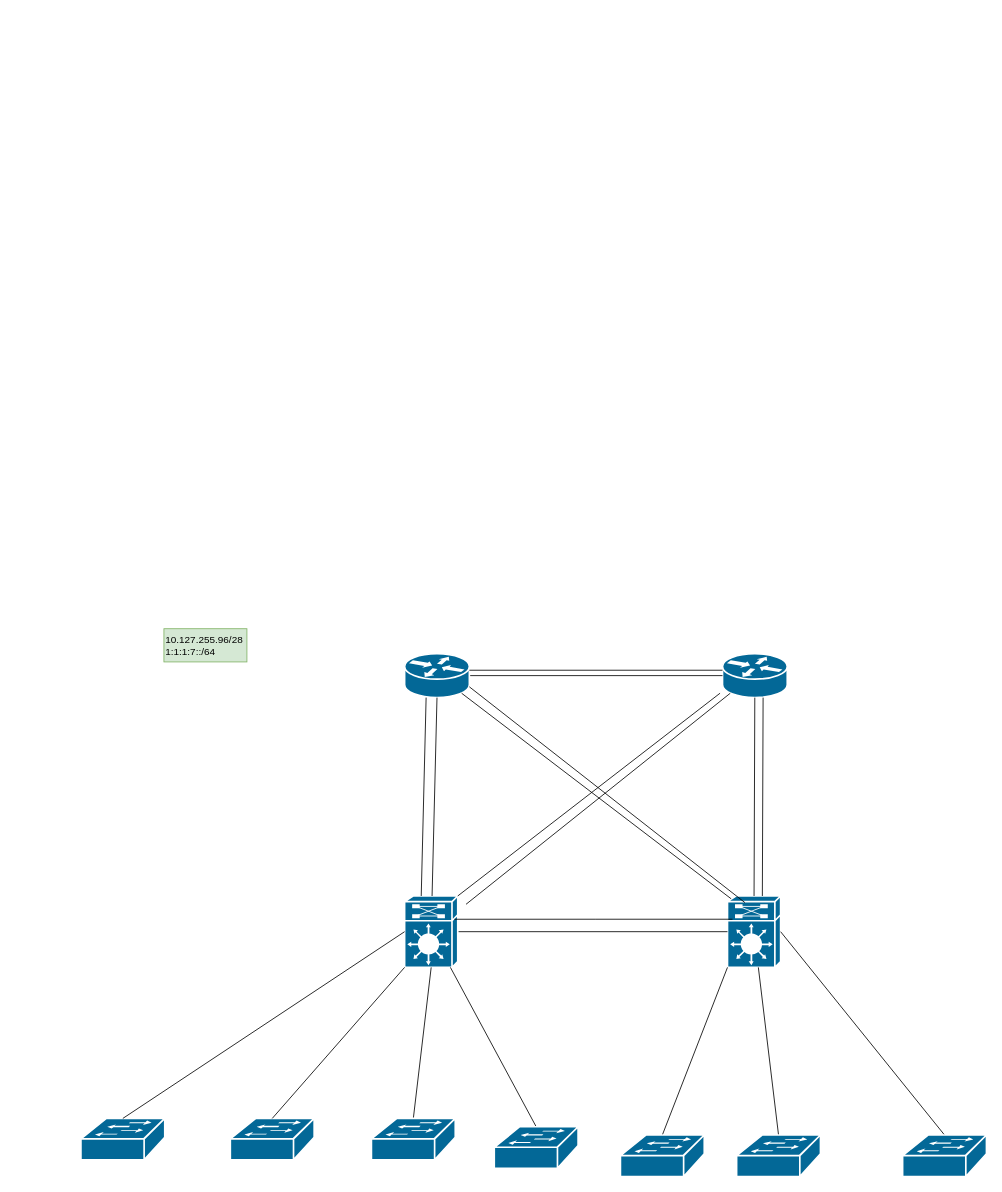
Earlier version of the draw.io diagram page "Project" (6 of 6) of 15_lab_Project_course/Project_Schem.drawio (rain360z/otus-networks). Source tidied: cells renumbered, new cells numbered last; positions are measured from the earlier drawing's top-left corner, leaving out a move shared by most shapes. Both pictures are drawn from the tidied source at 83%, with x=0, y=0 at pixel (81, 628).
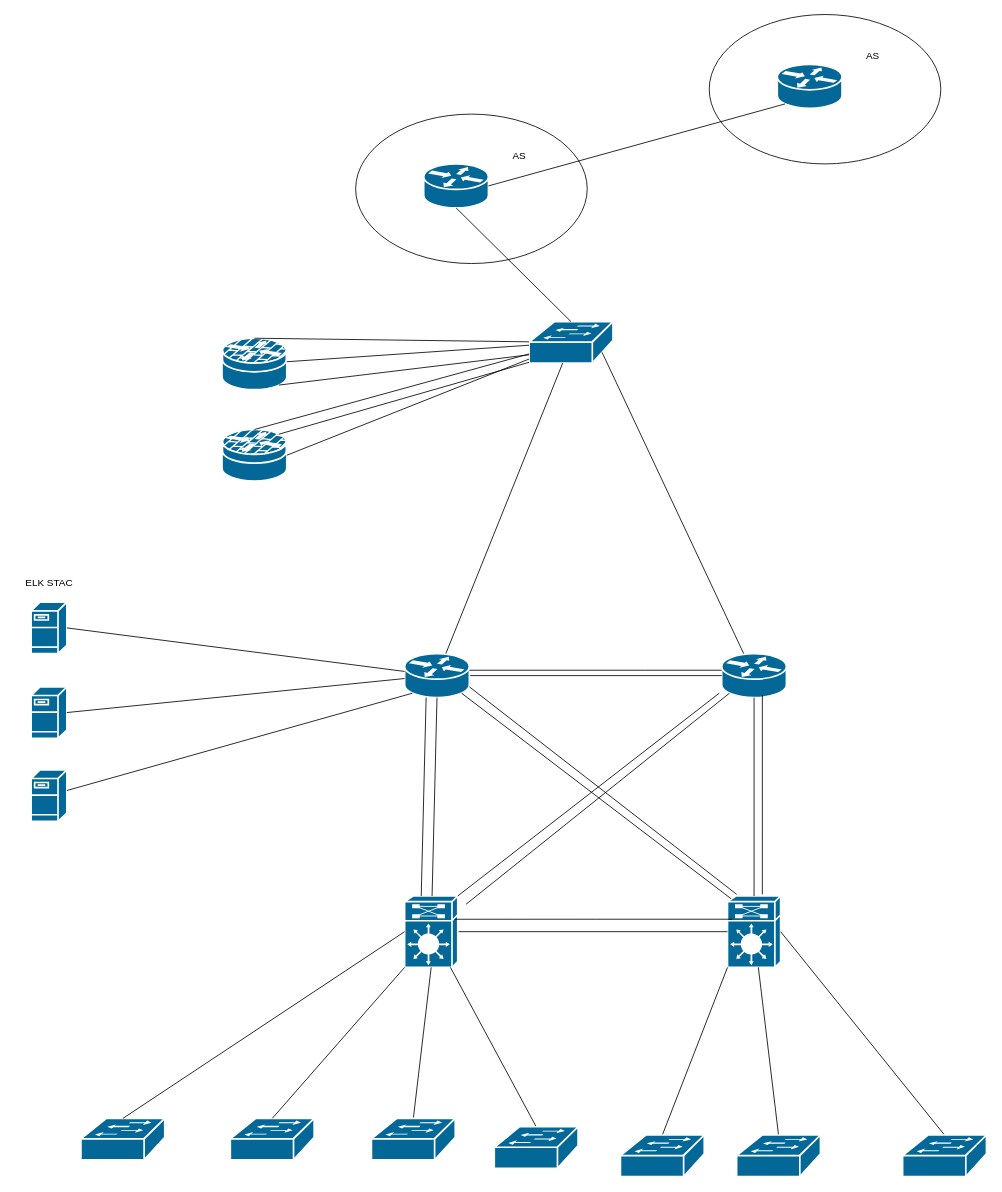
The same diagram, later.

The change refers to these unchanged cells:
```xml
<mxCell id="2" style="shape=mxgraph.cisco.misc.route_switch_processor;html=1;dashed=0;fillColor=#036897;strokeColor=#ffffff;strokeWidth=2;verticalLabelPosition=bottom;verticalAlign=top;align=center;outlineConnect=0;" parent="1" vertex="1">
  <mxGeometry x="779" y="322" width="64" height="86" as="geometry" />
</mxCell>
<mxCell id="7" style="shape=mxgraph.cisco.routers.router;html=1;dashed=0;fillColor=#036897;strokeColor=#ffffff;strokeWidth=2;verticalLabelPosition=bottom;verticalAlign=top;align=center;outlineConnect=0;" parent="1" vertex="1">
  <mxGeometry x="390" y="30" width="78" height="53" as="geometry" />
</mxCell>
```

The edit, as a diff of the source:
```diff
@@
+    <mxCell id="33" style="ellipse;whiteSpace=wrap;html=1;" parent="1" vertex="1">
+      <mxGeometry x="331" y="-620" width="279" height="180" as="geometry" />
+    </mxCell>
@@
     <mxCell id="5" style="shape=mxgraph.cisco.routers.router;html=1;dashed=0;fillColor=#036897;strokeColor=#ffffff;strokeWidth=2;verticalLabelPosition=bottom;verticalAlign=top;align=center;outlineConnect=0;" parent="1" vertex="1">
-      <mxGeometry x="773" y="30" width="78" height="53" as="geometry" />
+      <mxGeometry x="772" y="30" width="78" height="53" as="geometry" />
     </mxCell>
@@
-    <mxCell id="8" style="endArrow=none;html=1;exitX=0.5;exitY=0;exitDx=0;exitDy=0;exitPerimeter=0;" parent="1" edge="1" source="2" target="5">
+    <mxCell id="8" style="endArrow=none;html=1;" parent="1" edge="1" source="2" target="5">
       <mxGeometry relative="1" as="geometry" />
     </mxCell>
@@
-    <mxCell id="13" value="10.127.255.96/28&lt;br&gt;1:1:1:7::/64" style="text;whiteSpace=wrap;html=1;fillColor=#d5e8d4;strokeColor=#82b366;" parent="1" vertex="1">
-      <mxGeometry x="100" width="100" height="40" as="geometry" />
-    </mxCell>
@@
-    <mxCell id="28" style="endArrow=none;html=1;exitX=0.5;exitY=0;exitDx=0;exitDy=0;exitPerimeter=0;" parent="1" edge="1">
+    <mxCell id="28" style="endArrow=none;html=1;exitX=0.656;exitY=-0.023;exitDx=0;exitDy=0;exitPerimeter=0;" parent="1" edge="1" source="2">
       <mxGeometry relative="1" as="geometry">
-        <mxPoint x="821" y="322" as="sourcePoint" />
-        <mxPoint x="821.9" y="83" as="targetPoint" />
+        <mxPoint x="821" y="80" as="targetPoint" />
       </mxGeometry>
     </mxCell>
@@
-    <mxCell id="31" style="edgeStyle=orthogonalEdgeStyle;rounded=0;orthogonalLoop=1;jettySize=auto;html=1;endArrow=none;endFill=0;entryX=0;entryY=0.5;entryDx=0;entryDy=0;entryPerimeter=0;" parent="1" edge="1">
+    <mxCell id="31" style="edgeStyle=orthogonalEdgeStyle;rounded=0;jettySize=auto;html=1;endArrow=none;endFill=0;" parent="1" edge="1" target="5">
       <mxGeometry relative="1" as="geometry">
         <mxPoint x="468" y="50" as="sourcePoint" />
-        <mxPoint x="773" y="50" as="targetPoint" />
+        <Array as="points">
+          <mxPoint x="680" y="50" />
+          <mxPoint x="680" y="50" />
+        </Array>
       </mxGeometry>
     </mxCell>
-    <mxCell id="32" style="endArrow=none;html=1;entryX=0.88;entryY=0.9;entryDx=0;entryDy=0;entryPerimeter=0;exitX=0.328;exitY=0.093;exitDx=0;exitDy=0;exitPerimeter=0;" parent="1" edge="1" source="2">
+    <mxCell id="32" style="endArrow=none;html=1;entryX=0.88;entryY=0.9;entryDx=0;entryDy=0;entryPerimeter=0;" parent="1" edge="1">
       <mxGeometry relative="1" as="geometry">
+        <mxPoint x="790" y="320" as="sourcePoint" />
         <mxPoint x="468" y="70" as="targetPoint" />
       </mxGeometry>
     </mxCell>
+    <mxCell id="34" style="shape=mxgraph.cisco.security.router_firewall;html=1;dashed=0;fillColor=#036897;strokeColor=#ffffff;strokeWidth=2;verticalLabelPosition=bottom;verticalAlign=top;align=center;outlineConnect=0;" parent="1" vertex="1">
+      <mxGeometry x="170" y="-240" width="78" height="62" as="geometry" />
+    </mxCell>
+    <mxCell id="35" style="shape=mxgraph.cisco.security.router_firewall;html=1;dashed=0;fillColor=#036897;strokeColor=#ffffff;strokeWidth=2;verticalLabelPosition=bottom;verticalAlign=top;align=center;outlineConnect=0;" parent="1" vertex="1">
+      <mxGeometry x="170" y="-350" width="78" height="62" as="geometry" />
+    </mxCell>
+    <mxCell id="36" style="shape=mxgraph.cisco.switches.workgroup_switch;html=1;dashed=0;fillColor=#036897;strokeColor=#ffffff;strokeWidth=2;verticalLabelPosition=bottom;verticalAlign=top;align=center;outlineConnect=0;" parent="1" vertex="1">
+      <mxGeometry x="540" y="-370" width="101" height="50" as="geometry" />
+    </mxCell>
+    <mxCell id="37" style="shape=mxgraph.cisco.routers.router;html=1;dashed=0;fillColor=#036897;strokeColor=#ffffff;strokeWidth=2;verticalLabelPosition=bottom;verticalAlign=top;align=center;outlineConnect=0;" parent="1" vertex="1">
+      <mxGeometry x="413" y="-560" width="78" height="53" as="geometry" />
+    </mxCell>
+    <mxCell id="38" value="AS&amp;nbsp;" style="text;html=1;strokeColor=none;fillColor=none;align=center;verticalAlign=middle;whiteSpace=wrap;rounded=0;" parent="1" vertex="1">
+      <mxGeometry x="510" y="-580" width="40" height="20" as="geometry" />
+    </mxCell>
+    <mxCell id="39" style="endArrow=none;html=1;entryX=0.5;entryY=1;entryDx=0;entryDy=0;entryPerimeter=0;exitX=0.5;exitY=0;exitDx=0;exitDy=0;exitPerimeter=0;" parent="1" edge="1" source="36" target="37">
+      <mxGeometry relative="1" as="geometry" />
+    </mxCell>
+    <mxCell id="40" style="endArrow=none;html=1;exitX=0;exitY=0.98;exitDx=0;exitDy=0;exitPerimeter=0;entryX=0.88;entryY=0.09;entryDx=0;entryDy=0;entryPerimeter=0;" parent="1" edge="1" source="36" target="34">
+      <mxGeometry relative="1" as="geometry" />
+    </mxCell>
+    <mxCell id="41" style="endArrow=none;html=1;exitX=0.5;exitY=0;exitDx=0;exitDy=0;exitPerimeter=0;" parent="1" edge="1" source="35" target="36">
+      <mxGeometry relative="1" as="geometry" />
+    </mxCell>
+    <mxCell id="42" style="endArrow=none;html=1;" parent="1" edge="1" source="36" target="7">
+      <mxGeometry relative="1" as="geometry" />
+    </mxCell>
+    <mxCell id="43" style="endArrow=none;html=1;exitX=0.87;exitY=0.74;exitDx=0;exitDy=0;exitPerimeter=0;" parent="1" edge="1" source="36" target="5">
+      <mxGeometry relative="1" as="geometry" />
+    </mxCell>
+    <mxCell id="44" style="endArrow=none;html=1;entryX=1;entryY=0.5;entryDx=0;entryDy=0;entryPerimeter=0;" parent="1" edge="1" source="36" target="34">
+      <mxGeometry relative="1" as="geometry" />
+    </mxCell>
+    <mxCell id="45" style="endArrow=none;html=1;" parent="1" edge="1" source="35" target="36">
+      <mxGeometry relative="1" as="geometry" />
+    </mxCell>
+    <mxCell id="46" style="endArrow=none;html=1;exitX=0;exitY=0.8;exitDx=0;exitDy=0;exitPerimeter=0;entryX=0.88;entryY=0.91;entryDx=0;entryDy=0;entryPerimeter=0;" parent="1" edge="1" source="36" target="35">
+      <mxGeometry relative="1" as="geometry" />
+    </mxCell>
+    <mxCell id="47" style="endArrow=none;html=1;entryX=0.5;entryY=0;entryDx=0;entryDy=0;entryPerimeter=0;" parent="1" edge="1" source="36" target="34">
+      <mxGeometry relative="1" as="geometry" />
+    </mxCell>
+    <mxCell id="48" style="shape=mxgraph.cisco.servers.fileserver;html=1;dashed=0;fillColor=#036897;strokeColor=#ffffff;strokeWidth=2;verticalLabelPosition=bottom;verticalAlign=top;align=center;outlineConnect=0;" parent="1" vertex="1">
+      <mxGeometry x="-60" y="-32" width="43" height="62" as="geometry" />
+    </mxCell>
+    <mxCell id="49" style="shape=mxgraph.cisco.servers.fileserver;html=1;dashed=0;fillColor=#036897;strokeColor=#ffffff;strokeWidth=2;verticalLabelPosition=bottom;verticalAlign=top;align=center;outlineConnect=0;" parent="1" vertex="1">
+      <mxGeometry x="-60" y="70" width="43" height="62" as="geometry" />
+    </mxCell>
+    <mxCell id="50" style="shape=mxgraph.cisco.servers.fileserver;html=1;dashed=0;fillColor=#036897;strokeColor=#ffffff;strokeWidth=2;verticalLabelPosition=bottom;verticalAlign=top;align=center;outlineConnect=0;" parent="1" vertex="1">
+      <mxGeometry x="-60" y="170" width="43" height="62" as="geometry" />
+    </mxCell>
+    <mxCell id="51" style="endArrow=none;html=1;exitX=1;exitY=0.5;exitDx=0;exitDy=0;exitPerimeter=0;" parent="1" edge="1" source="48" target="7">
+      <mxGeometry relative="1" as="geometry" />
+    </mxCell>
+    <mxCell id="52" style="endArrow=none;html=1;exitX=1;exitY=0.5;exitDx=0;exitDy=0;exitPerimeter=0;" parent="1" edge="1" source="49">
+      <mxGeometry relative="1" as="geometry">
+        <mxPoint x="390" y="60" as="targetPoint" />
+      </mxGeometry>
+    </mxCell>
+    <mxCell id="53" style="endArrow=none;html=1;entryX=0.12;entryY=0.9;entryDx=0;entryDy=0;entryPerimeter=0;" parent="1" edge="1" source="50" target="7">
+      <mxGeometry relative="1" as="geometry" />
+    </mxCell>
+    <mxCell id="54" style="ellipse;whiteSpace=wrap;html=1;" parent="1" vertex="1">
+      <mxGeometry x="757" y="-740" width="279" height="180" as="geometry" />
+    </mxCell>
+    <mxCell id="55" style="shape=mxgraph.cisco.routers.router;html=1;dashed=0;fillColor=#036897;strokeColor=#ffffff;strokeWidth=2;verticalLabelPosition=bottom;verticalAlign=top;align=center;outlineConnect=0;" parent="1" vertex="1">
+      <mxGeometry x="839" y="-680" width="78" height="53" as="geometry" />
+    </mxCell>
+    <mxCell id="56" value="AS&amp;nbsp;" style="text;html=1;strokeColor=none;fillColor=none;align=center;verticalAlign=middle;whiteSpace=wrap;rounded=0;" parent="1" vertex="1">
+      <mxGeometry x="936" y="-700" width="40" height="20" as="geometry" />
+    </mxCell>
+    <mxCell id="57" style="endArrow=none;html=1;entryX=0.12;entryY=0.9;entryDx=0;entryDy=0;entryPerimeter=0;exitX=1;exitY=0.5;exitDx=0;exitDy=0;exitPerimeter=0;" parent="1" edge="1" source="37" target="55">
+      <mxGeometry relative="1" as="geometry" />
+    </mxCell>
+    <mxCell id="58" value="ELK STAC" style="text;html=1;strokeColor=none;fillColor=none;align=center;verticalAlign=middle;whiteSpace=wrap;rounded=0;" parent="1" vertex="1">
+      <mxGeometry x="-80.2" y="-70" width="83.5" height="30" as="geometry" />
+    </mxCell>
```
